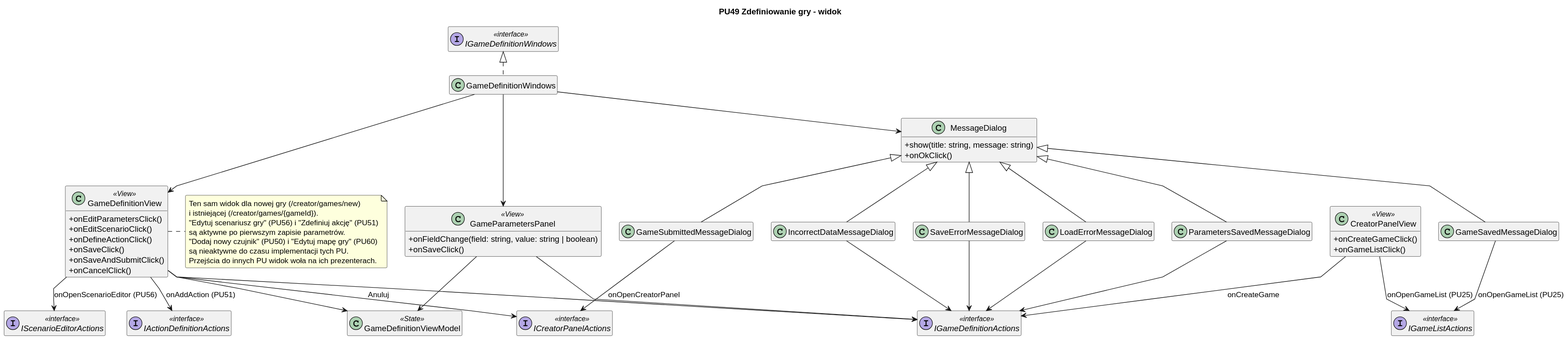
The PlantUML diagram diagrams/frontend/rendered/game-definition-view.svg in Igor-Ochocki/POP-2026Z, before a commit.
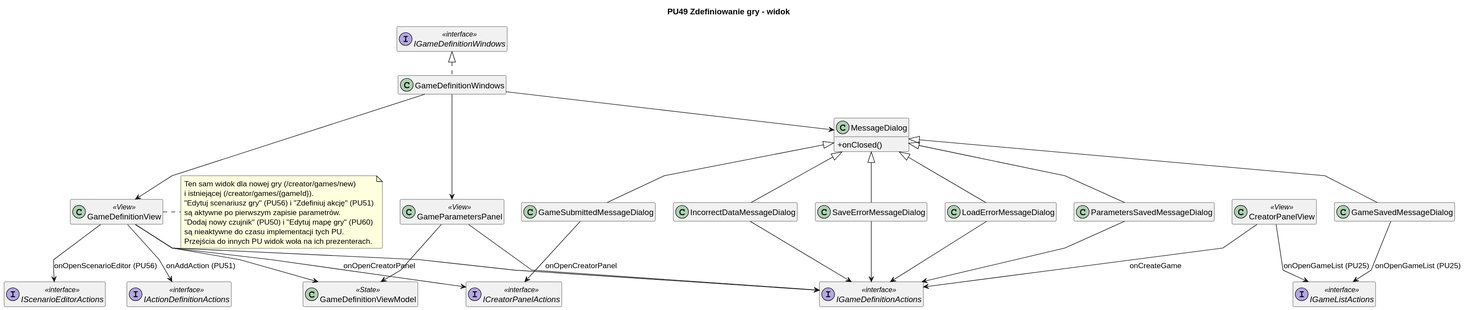
After the change.

Change to the diagram source:
```diff
@@ -10,28 +10,14 @@
 
 title PU49 Zdefiniowanie gry - widok
 
-class CreatorPanelView <<View>> {
-    + onCreateGameClick()
-    + onGameListClick()
-}
+class CreatorPanelView <<View>>
 
-class GameDefinitionView <<View>> {
-    + onEditParametersClick()
-    + onEditScenarioClick()
-    + onDefineActionClick()
-    + onSaveClick()
-    + onSaveAndSubmitClick()
-    + onCancelClick()
-}
+class GameDefinitionView <<View>>
 
-class GameParametersPanel <<View>> {
-    + onFieldChange(field: string, value: string | boolean)
-    + onSaveClick()
-}
+class GameParametersPanel <<View>>
 
 class MessageDialog {
-    + show(title: string, message: string)
-    + onOkClick()
+    + onClosed()
 }
 
 class ParametersSavedMessageDialog
@@ -69,7 +55,7 @@
 GameDefinitionView --> GameDefinitionViewModel
 GameDefinitionView --> IScenarioEditorActions : onOpenScenarioEditor (PU56)
 GameDefinitionView --> IActionDefinitionActions : onAddAction (PU51)
-GameDefinitionView --> ICreatorPanelActions : "Anuluj"
+GameDefinitionView --> ICreatorPanelActions : onOpenCreatorPanel
 GameParametersPanel --> IGameDefinitionActions
 GameParametersPanel --> GameDefinitionViewModel
 ParametersSavedMessageDialog --> IGameDefinitionActions
```
